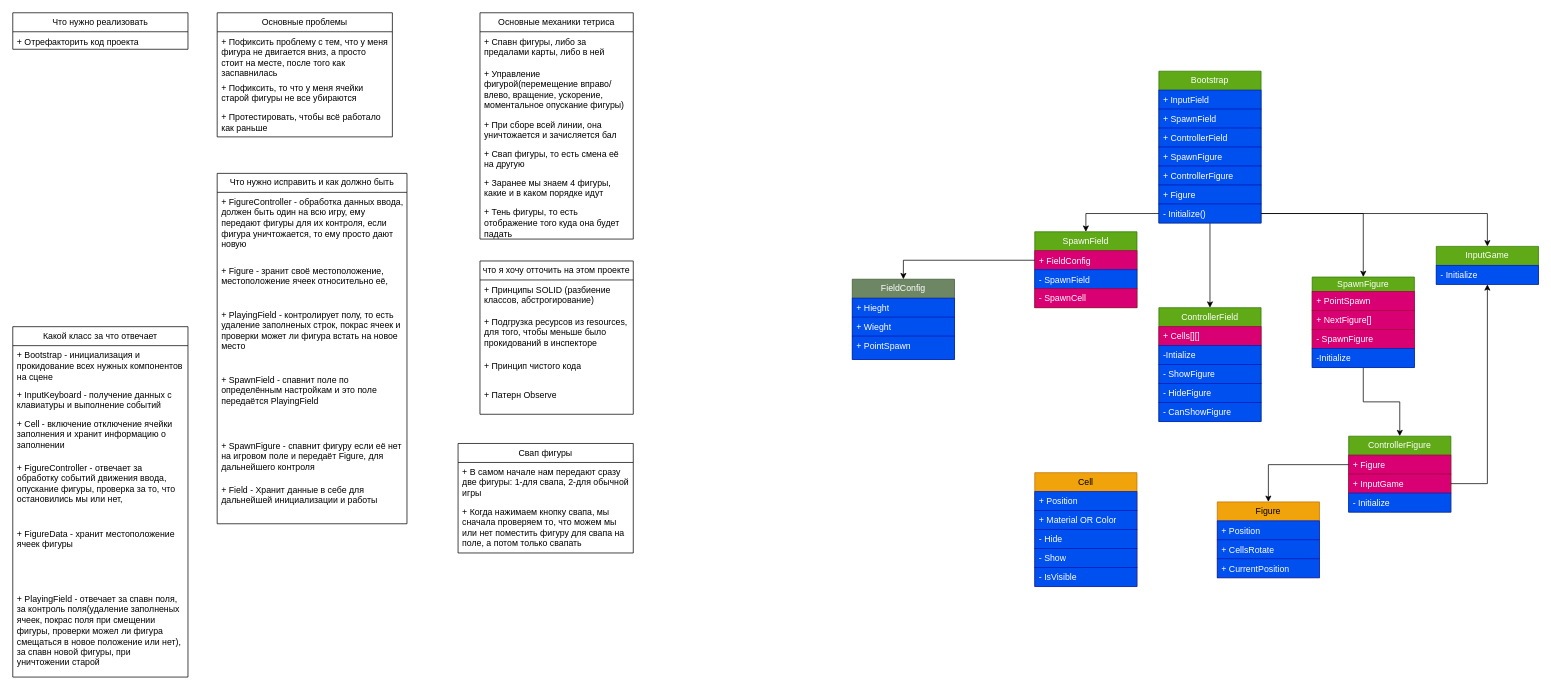
Above: TetrisGame.drawio in Bablakov/Tetris (draw.io), before the change. Source tidied: cells renumbered, new cells numbered last; positions are measured from the earlier drawing's top-left corner, leaving out a move shared by most shapes. Both pictures are drawn from the tidied source at 73%, with x=0, y=0 at pixel (12, 12).
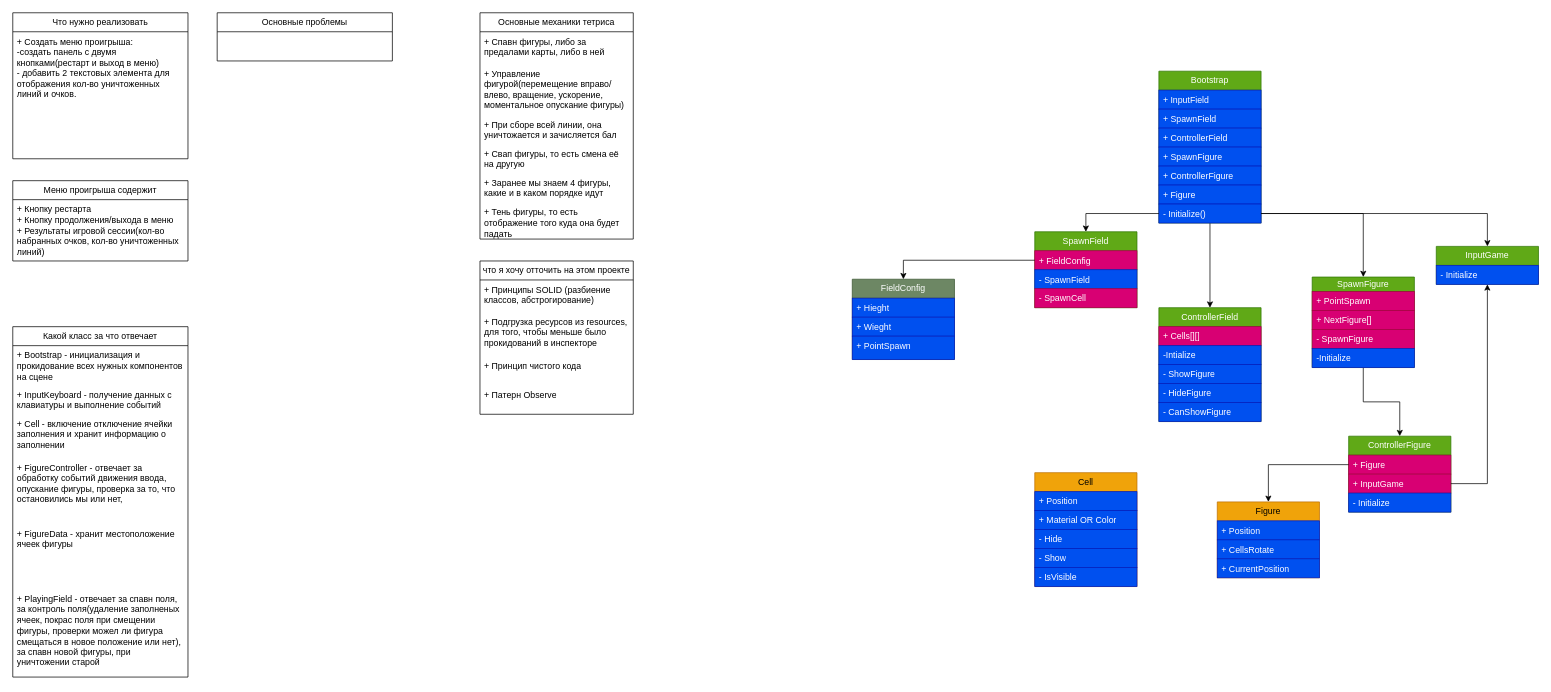
Above is the later version.

Change to the diagram source:
```diff
@@
     <mxCell id="2" value="Что нужно реализовать" style="swimlane;fontStyle=0;horizontal=1;startSize=26;fillColor=none;whiteSpace=wrap;html=1;" parent="1" vertex="1">
-      <mxGeometry width="240" height="50" as="geometry" />
+      <mxGeometry width="240" height="200" as="geometry" />
     </mxCell>
-    <mxCell id="3" value="+ Отрефакторить код проекта" style="text;strokeColor=none;fillColor=none;align=left;verticalAlign=top;spacingLeft=4;spacingRight=4;overflow=hidden;whiteSpace=wrap;html=1;" parent="2" vertex="1">
-      <mxGeometry y="26" width="240" height="24" as="geometry" />
+    <mxCell id="3" value="+ Создать меню проигрыша:&lt;div&gt;-создать панель с двумя кнопками(рестарт и выход в меню)&lt;/div&gt;&lt;div&gt;- добавить 2 текстовых элемента для отображения кол-во уничтоженных линий и очков.&lt;/div&gt;" style="text;strokeColor=none;fillColor=none;align=left;verticalAlign=top;spacingLeft=4;spacingRight=4;overflow=hidden;whiteSpace=wrap;html=1;" parent="2" vertex="1">
+      <mxGeometry y="26" width="240" height="174" as="geometry" />
     </mxCell>
@@
     <mxCell id="11" value="Основные проблемы" style="swimlane;fontStyle=0;horizontal=1;startSize=26;fillColor=none;whiteSpace=wrap;html=1;" parent="1" vertex="1">
-      <mxGeometry x="280" width="240" height="170" as="geometry" />
+      <mxGeometry x="280" width="240" height="66" as="geometry" />
     </mxCell>
-    <mxCell id="12" value="+ Пофиксить проблему с тем, что у меня фигура не двигается вниз, а просто стоит на месте, после того как заспавнилась" style="text;strokeColor=none;fillColor=none;align=left;verticalAlign=top;spacingLeft=4;spacingRight=4;overflow=hidden;whiteSpace=wrap;html=1;" parent="11" vertex="1">
-      <mxGeometry y="26" width="240" height="64" as="geometry" />
-    </mxCell>
-    <mxCell id="13" value="+ Пофиксить, то что у меня ячейки старой фигуры не все убираются&amp;nbsp;" style="text;strokeColor=none;fillColor=none;align=left;verticalAlign=top;spacingLeft=4;spacingRight=4;overflow=hidden;whiteSpace=wrap;html=1;" parent="11" vertex="1">
-      <mxGeometry y="90" width="240" height="40" as="geometry" />
-    </mxCell>
-    <mxCell id="14" value="+ Протестировать, чтобы всё работало как раньше" style="text;strokeColor=none;fillColor=none;align=left;verticalAlign=top;spacingLeft=4;spacingRight=4;overflow=hidden;whiteSpace=wrap;html=1;" parent="11" vertex="1">
-      <mxGeometry y="130" width="240" height="40" as="geometry" />
-    </mxCell>
@@
-    <mxCell id="22" value="Что нужно исправить и как должно быть" style="swimlane;fontStyle=0;horizontal=1;startSize=26;fillColor=none;whiteSpace=wrap;html=1;" parent="1" vertex="1">
-      <mxGeometry x="280" y="220" width="260" height="480" as="geometry" />
-    </mxCell>
-    <mxCell id="23" value="+ FigureController - обработка данных ввода, должен быть один на всю игру, ему передают фигуры для их контроля, если фигура уничтожается, то ему просто дают новую" style="text;strokeColor=none;fillColor=none;align=left;verticalAlign=top;spacingLeft=4;spacingRight=4;overflow=hidden;whiteSpace=wrap;html=1;" parent="22" vertex="1">
-      <mxGeometry y="26" width="260" height="94" as="geometry" />
-    </mxCell>
-    <mxCell id="24" value="+ Figure - зранит своё местоположение, местоположение ячеек относительно её,&amp;nbsp;" style="text;strokeColor=none;fillColor=none;align=left;verticalAlign=top;spacingLeft=4;spacingRight=4;overflow=hidden;whiteSpace=wrap;html=1;" parent="22" vertex="1">
-      <mxGeometry y="120" width="260" height="60" as="geometry" />
-    </mxCell>
-    <mxCell id="25" value="+ PlayingField - контролирует полу, то есть удаление заполненых строк, покрас ячеек и проверки может ли фигура встать на новое место" style="text;strokeColor=none;fillColor=none;align=left;verticalAlign=top;spacingLeft=4;spacingRight=4;overflow=hidden;whiteSpace=wrap;html=1;" parent="22" vertex="1">
-      <mxGeometry y="180" width="260" height="90" as="geometry" />
-    </mxCell>
-    <mxCell id="26" value="+ SpawnField - спавнит поле по определённым настройкам и это поле передаётся PlayingField" style="text;strokeColor=none;fillColor=none;align=left;verticalAlign=top;spacingLeft=4;spacingRight=4;overflow=hidden;whiteSpace=wrap;html=1;" parent="22" vertex="1">
-      <mxGeometry y="270" width="260" height="90" as="geometry" />
-    </mxCell>
-    <mxCell id="27" value="+ SpawnFigure - спавнит фигуру если её нет на игровом поле и передаёт Figure, для дальнейшего контроля" style="text;strokeColor=none;fillColor=none;align=left;verticalAlign=top;spacingLeft=4;spacingRight=4;overflow=hidden;whiteSpace=wrap;html=1;" parent="22" vertex="1">
-      <mxGeometry y="360" width="260" height="60" as="geometry" />
-    </mxCell>
-    <mxCell id="28" value="+ Field - Хранит данные в себе для дальнейшей инициализации и работы" style="text;strokeColor=none;fillColor=none;align=left;verticalAlign=top;spacingLeft=4;spacingRight=4;overflow=hidden;whiteSpace=wrap;html=1;" parent="22" vertex="1">
-      <mxGeometry y="420" width="260" height="60" as="geometry" />
-    </mxCell>
@@
-    <mxCell id="85" value="Свап фигуры" style="swimlane;fontStyle=0;horizontal=1;startSize=26;fillColor=none;whiteSpace=wrap;html=1;" parent="1" vertex="1">
-      <mxGeometry x="610" y="590" width="240" height="150" as="geometry" />
+    <mxCell id="85" value="Меню проигрыша содержит" style="swimlane;fontStyle=0;horizontal=1;startSize=26;fillColor=none;whiteSpace=wrap;html=1;" parent="1" vertex="1">
+      <mxGeometry y="230" width="240" height="110" as="geometry" />
     </mxCell>
-    <mxCell id="86" value="+ В самом начале нам передают сразу две фигуры: 1-для свапа, 2-для обычной игры" style="text;strokeColor=none;fillColor=none;align=left;verticalAlign=top;spacingLeft=4;spacingRight=4;overflow=hidden;whiteSpace=wrap;html=1;" parent="85" vertex="1">
-      <mxGeometry y="26" width="240" height="54" as="geometry" />
+    <mxCell id="86" value="+ Кнопку рестарта&lt;div&gt;+ Кнопку продолжения/выхода в меню&lt;/div&gt;&lt;div&gt;+ Результаты игровой сессии(кол-во набранных очков, кол-во уничтоженных линий)&lt;/div&gt;" style="text;strokeColor=none;fillColor=none;align=left;verticalAlign=top;spacingLeft=4;spacingRight=4;overflow=hidden;whiteSpace=wrap;html=1;" parent="85" vertex="1">
+      <mxGeometry y="26" width="240" height="84" as="geometry" />
     </mxCell>
-    <mxCell id="87" value="+ Когда нажимаем кнопку свапа, мы сначала проверяем то, что можем мы или нет поместить фигуру для свапа на поле, а потом только свапать" style="text;strokeColor=none;fillColor=none;align=left;verticalAlign=top;spacingLeft=4;spacingRight=4;overflow=hidden;whiteSpace=wrap;html=1;" parent="85" vertex="1">
-      <mxGeometry y="80" width="240" height="70" as="geometry" />
-    </mxCell>
```
